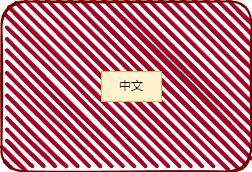
Above: src/public/static/articles/zh/2025/a.drawio.png in gankcode/gankcode.github.io (draw.io), before the change. Source tidied: cells renumbered, new cells last; positions are measured from the earlier drawing's top-left corner, leaving out a move shared by most shapes.
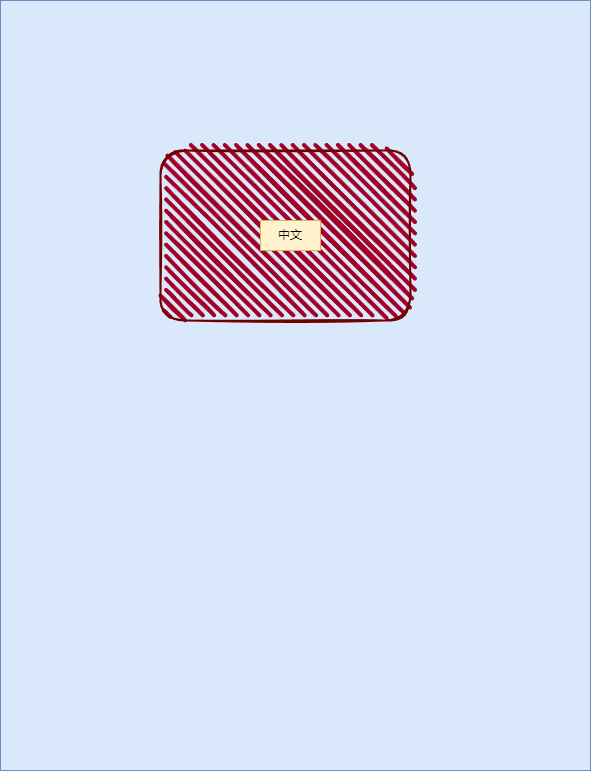
After the commit.

The edit, as a diff of the source:
```diff
@@ -2,6 +2,9 @@
   <root>
     <mxCell id="0" />
     <mxCell id="1" parent="0" />
+    <mxCell id="4" style="rounded=0;whiteSpace=wrap;html=1;fillColor=#dae8fc;strokeColor=#6c8ebf;" parent="1" vertex="1">
+      <mxGeometry x="-160" y="-150" width="590" height="770" as="geometry" />
+    </mxCell>
     <mxCell id="2" style="rounded=1;whiteSpace=wrap;html=1;strokeWidth=2;fillWeight=4;hachureGap=8;hachureAngle=45;fillColor=#a20025;sketch=1;strokeColor=#6F0000;fontColor=#ffffff;" parent="1" vertex="1">
       <mxGeometry width="250" height="170" as="geometry" />
     </mxCell>
```
